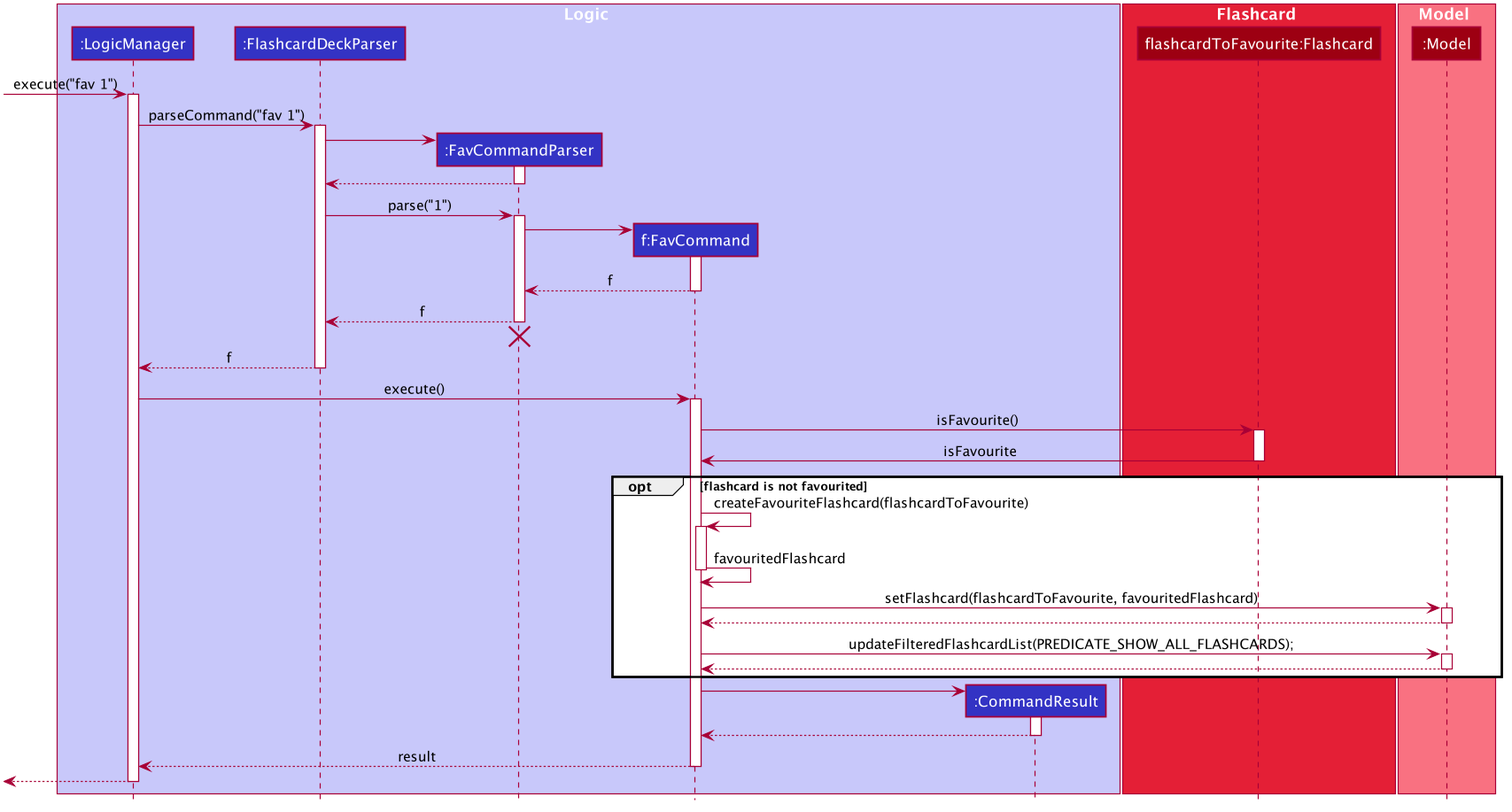
This is docs/images/FavouriteSequenceDiagram.png from nus-cs2103-AY2021S1/tp, a PlantUML export, as it was before one commit.
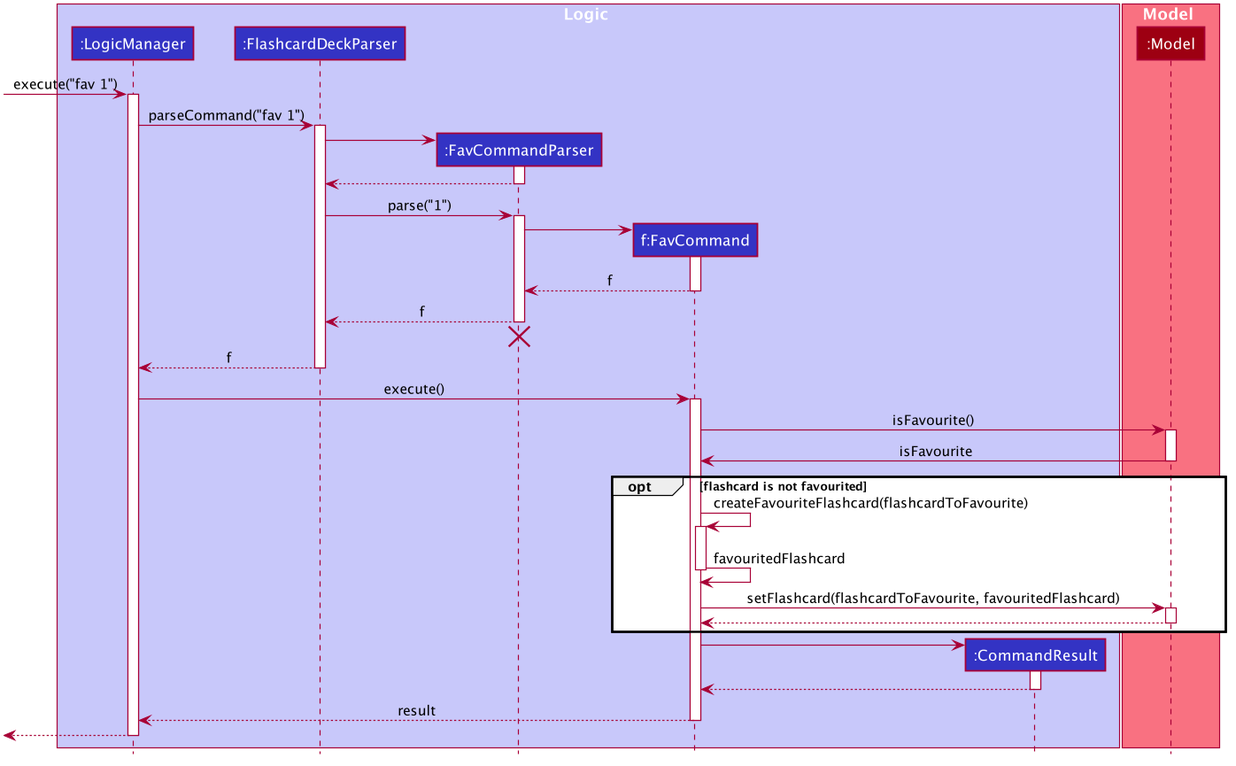
Later version of the same file.

Commit message:
Update Fav sequence diagram

What changed in the source:
```diff
@@ -56,10 +56,6 @@
 participant ":CommandResult" as CommandResult #3333C4
 end box
 
-box Flashcard #E41F36
-participant "flashcardToFavourite:Flashcard" as Flashcard #9D0012
-end box
-
 box Model #F97181
 participant ":Model" as Model #9D0012
 end box
@@ -98,11 +94,11 @@
 LogicManager -> FavCommand : execute()
 activate FavCommand
 
-FavCommand -> Flashcard : isFavourite()
-activate Flashcard
+FavCommand -> Model : isFavourite()
+activate Model
 
-Flashcard -> FavCommand : isFavourite
-deactivate Flashcard
+Model -> FavCommand : isFavourite
+deactivate Model
 
 opt flashcard is not favourited
 
@@ -113,12 +109,6 @@
     deactivate FavCommand
 
     FavCommand -> Model : setFlashcard(flashcardToFavourite, favouritedFlashcard)
-    activate Model
-
-    Model --> FavCommand
-    deactivate Model
-
-    FavCommand -> Model : updateFilteredFlashcardList(PREDICATE_SHOW_ALL_FLASHCARDS);
     activate Model
 
     Model --> FavCommand
```
